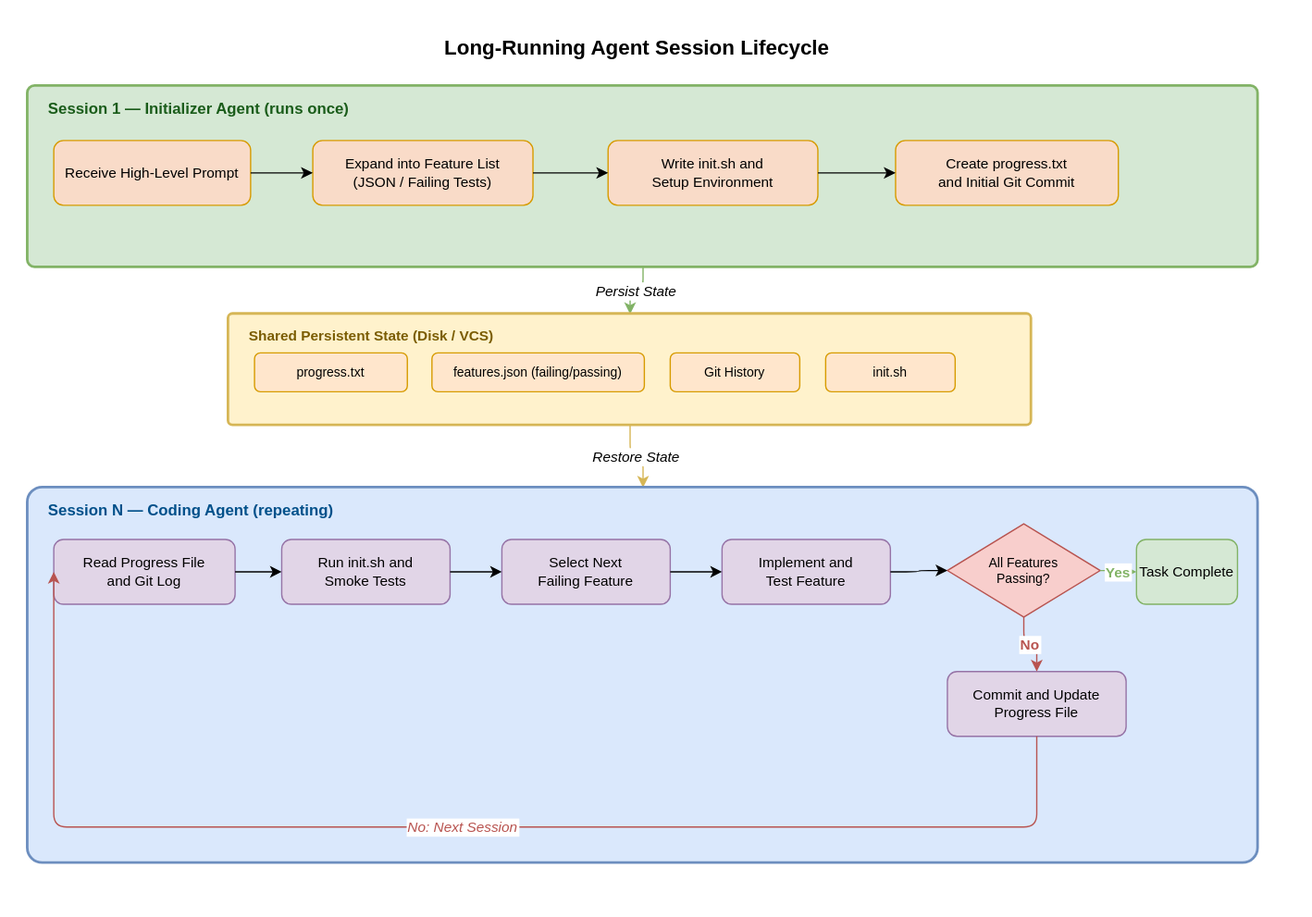
The draw.io diagram Agent_Engineering/diagrams/agent-lifecycle.drawio.svg in leandrob13/second-brain, before a commit. Source tidied: cells renumbered, new cells last; positions are measured from the earlier drawing's top-left corner, leaving out a move shared by most shapes.
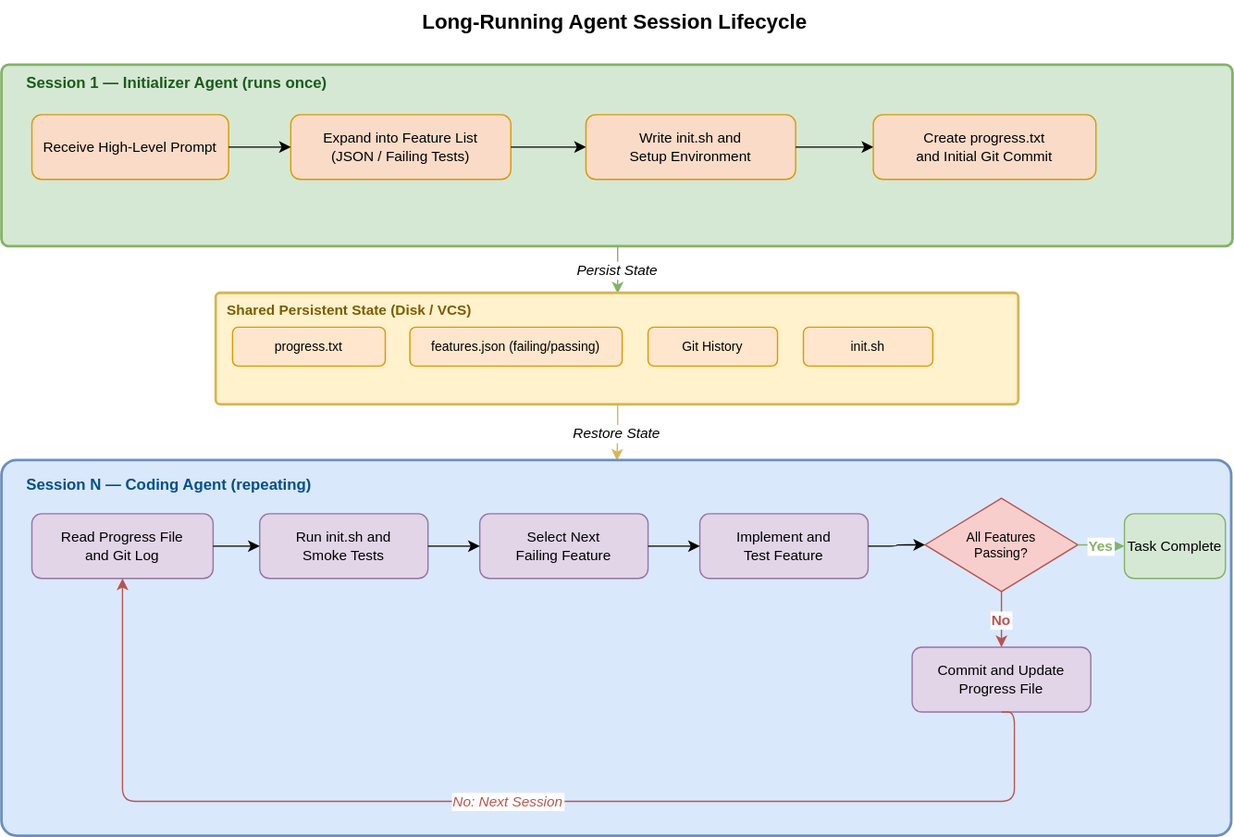
Later version of the same file.

Change to the diagram source:
```diff
@@ -6,7 +6,7 @@
       <mxGeometry x="50" width="840" height="32" as="geometry" />
     </mxCell>
     <mxCell id="3" style="rounded=1;whiteSpace=wrap;html=1;fillColor=#d5e8d4;strokeColor=#82b366;strokeWidth=2;arcSize=4;" parent="1" vertex="1">
-      <mxGeometry y="46" width="950" height="140" as="geometry" />
+      <mxGeometry x="-3" y="50" width="951" height="140" as="geometry" />
     </mxCell>
     <mxCell id="4" value="Session 1 — Initializer Agent (runs once)" style="text;html=1;strokeColor=none;fillColor=none;align=left;fontSize=12;fontStyle=1;fontColor=#1a5c1a;" parent="1" vertex="1">
       <mxGeometry x="14" y="50" width="380" height="20" as="geometry" />
@@ -32,11 +32,11 @@
     <mxCell id="11" style="edgeStyle=orthogonalEdgeStyle;rounded=1;exitX=1;exitY=0.5;exitDx=0;exitDy=0;entryX=0;entryY=0.5;entryDx=0;entryDy=0;" parent="1" edge="1" source="7" target="8">
       <mxGeometry relative="1" as="geometry" />
     </mxCell>
-    <mxCell id="12" value="Persist State" style="edgeStyle=orthogonalEdgeStyle;rounded=1;strokeColor=#82b366;fontStyle=2;fontSize=11;" parent="1" edge="1" source="3" target="13">
+    <mxCell id="12" value="Persist State" style="edgeStyle=orthogonalEdgeStyle;rounded=1;strokeColor=#82b366;fontStyle=2;fontSize=11;entryX=0.5;entryY=0;entryDx=0;entryDy=0;" parent="1" edge="1" source="3" target="13">
       <mxGeometry relative="1" as="geometry" />
     </mxCell>
     <mxCell id="13" style="rounded=1;whiteSpace=wrap;html=1;fillColor=#fff2cc;strokeColor=#d6b656;strokeWidth=2;arcSize=4;" parent="1" vertex="1">
-      <mxGeometry x="155" y="222" width="620" height="86" as="geometry" />
+      <mxGeometry x="162.5" y="226" width="620" height="86" as="geometry" />
     </mxCell>
     <mxCell id="14" value="Shared Persistent State (Disk / VCS)" style="text;html=1;strokeColor=none;fillColor=none;align=left;fontSize=11;fontStyle=1;fontColor=#7a5c00;" parent="1" vertex="1">
       <mxGeometry x="169" y="226" width="320" height="18" as="geometry" />
@@ -53,11 +53,11 @@
     <mxCell id="18" value="init.sh" style="rounded=1;whiteSpace=wrap;html=1;fontSize=10;fillColor=#ffe6cc;strokeColor=#d79b00;" parent="1" vertex="1">
       <mxGeometry x="616" y="252" width="100" height="30" as="geometry" />
     </mxCell>
-    <mxCell id="19" value="Restore State" style="edgeStyle=orthogonalEdgeStyle;rounded=1;strokeColor=#d6b656;fontStyle=2;fontSize=11;" parent="1" edge="1" source="13" target="20">
+    <mxCell id="19" value="Restore State" style="edgeStyle=orthogonalEdgeStyle;rounded=1;strokeColor=#d6b656;fontStyle=2;fontSize=11;entryX=0.5;entryY=0;entryDx=0;entryDy=0;" parent="1" edge="1" source="13" target="20">
       <mxGeometry relative="1" as="geometry" />
     </mxCell>
     <mxCell id="20" style="rounded=1;whiteSpace=wrap;html=1;fillColor=#dae8fc;strokeColor=#6c8ebf;strokeWidth=2;arcSize=4;" parent="1" vertex="1">
-      <mxGeometry y="356" width="950" height="290" as="geometry" />
+      <mxGeometry x="-3" y="355" width="950" height="290" as="geometry" />
     </mxCell>
     <mxCell id="21" value="Session N — Coding Agent (repeating)" style="text;html=1;strokeColor=none;fillColor=none;align=left;fontSize=12;fontStyle=1;fontColor=#00508a;" parent="1" vertex="1">
       <mxGeometry x="14" y="360" width="380" height="20" as="geometry" />
@@ -90,22 +90,22 @@
       <mxGeometry relative="1" as="geometry" />
     </mxCell>
     <mxCell id="31" value="Task Complete" style="rounded=1;whiteSpace=wrap;html=1;fillColor=#d5e8d4;strokeColor=#82b366;fontSize=11;" parent="1" vertex="1">
-      <mxGeometry x="856" y="396" width="78" height="50" as="geometry" />
+      <mxGeometry x="864" y="396" width="78" height="50" as="geometry" />
     </mxCell>
     <mxCell id="32" value="Yes" style="edgeStyle=orthogonalEdgeStyle;rounded=1;strokeColor=#82b366;fontColor=#82b366;fontStyle=1;exitX=1;exitY=0.5;exitDx=0;exitDy=0;entryX=0;entryY=0.5;entryDx=0;entryDy=0;" parent="1" edge="1" source="29" target="31">
       <mxGeometry relative="1" as="geometry" />
     </mxCell>
     <mxCell id="33" value="Commit and Update&#10;Progress File" style="rounded=1;whiteSpace=wrap;html=1;fillColor=#e1d5e7;strokeColor=#9673a6;fontSize=11;" parent="1" vertex="1">
-      <mxGeometry x="710" y="498" width="138" height="50" as="geometry" />
+      <mxGeometry x="700" y="499" width="138" height="50" as="geometry" />
     </mxCell>
     <mxCell id="34" value="No" style="edgeStyle=orthogonalEdgeStyle;rounded=1;strokeColor=#b85450;fontColor=#b85450;fontStyle=1;exitX=0.5;exitY=1;exitDx=0;exitDy=0;entryX=0.5;entryY=0;entryDx=0;entryDy=0;" parent="1" edge="1" source="29" target="33">
       <mxGeometry relative="1" as="geometry" />
     </mxCell>
-    <mxCell id="35" value="No: Next Session" style="edgeStyle=orthogonalEdgeStyle;rounded=1;strokeColor=#b85450;fontColor=#b85450;fontStyle=2;fontSize=11;exitX=0.5;exitY=1;exitDx=0;exitDy=0;entryX=0;entryY=0.5;entryDx=0;entryDy=0;" parent="1" edge="1" source="33" target="22">
+    <mxCell id="35" value="No: Next Session" style="edgeStyle=orthogonalEdgeStyle;rounded=1;strokeColor=#b85450;fontColor=#b85450;fontStyle=2;fontSize=11;exitX=0.5;exitY=1;exitDx=0;exitDy=0;entryX=0.5;entryY=1;entryDx=0;entryDy=0;" parent="1" edge="1" source="33" target="22">
       <mxGeometry relative="1" as="geometry">
         <Array as="points">
           <mxPoint x="779" y="618" />
-          <mxPoint x="20" y="618" />
+          <mxPoint x="90" y="618" />
         </Array>
       </mxGeometry>
     </mxCell>
```
